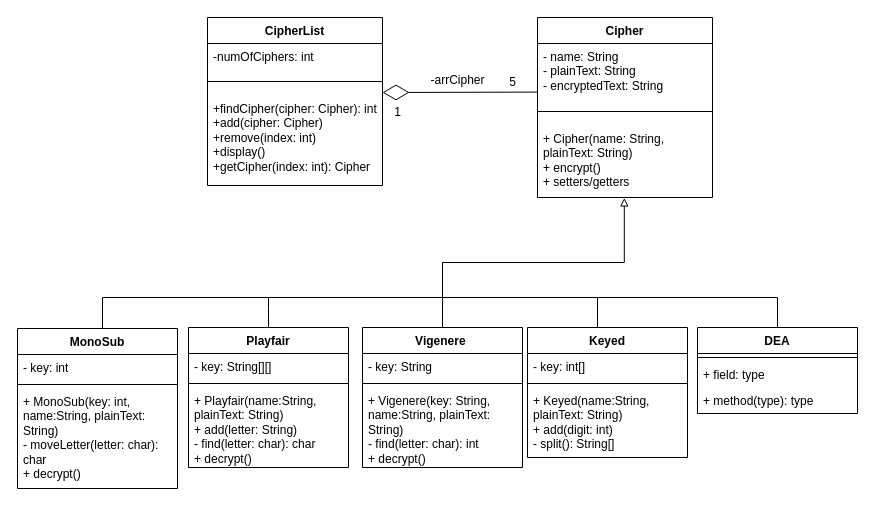
Earlier version of the draw.io diagram UML_CLASS_edu_cipher_program.drawio (HAQ7/educational-encryption-program). Source tidied: cells renumbered, new cells numbered last; positions are measured from the earlier drawing's top-left corner, leaving out a move shared by most shapes. Both pictures are drawn from the tidied source at 100%, with x=0, y=0 at pixel (17, 17).
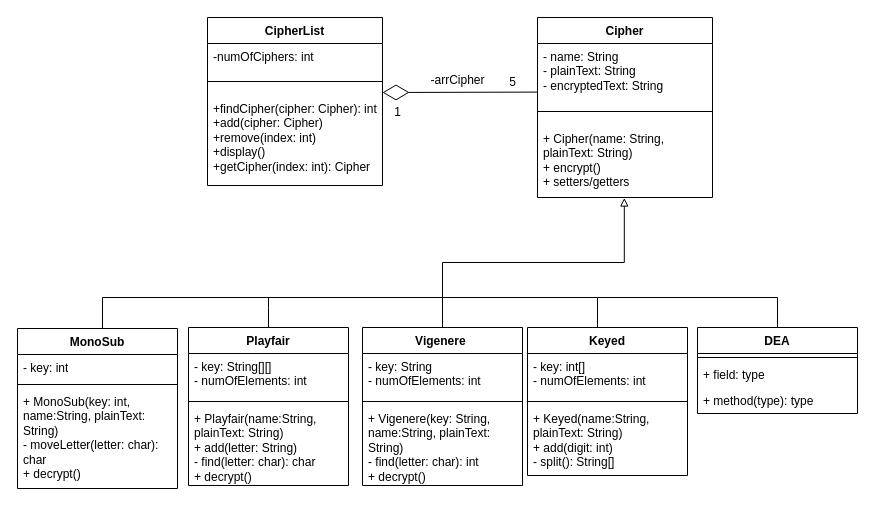
Above is the later version.

The edit, as a diff of the source:
```diff
@@
     <mxCell id="7" value="Vigenere&amp;nbsp;" style="swimlane;fontStyle=1;align=center;verticalAlign=top;horizontal=1;startSize=26;whiteSpace=wrap;html=1;" parent="1" vertex="1">
-      <mxGeometry x="345" y="310" width="160" height="140" as="geometry" />
+      <mxGeometry x="345" y="310" width="160" height="158" as="geometry" />
     </mxCell>
-    <mxCell id="8" value="- key: String" style="text;strokeColor=none;fillColor=none;align=left;verticalAlign=top;spacingLeft=4;spacingRight=4;overflow=hidden;whiteSpace=wrap;html=1;" parent="7" vertex="1">
-      <mxGeometry y="26" width="160" height="26" as="geometry" />
+    <mxCell id="8" value="- key: String&lt;br&gt;- numOfElements: int" style="text;strokeColor=none;fillColor=none;align=left;verticalAlign=top;spacingLeft=4;spacingRight=4;overflow=hidden;whiteSpace=wrap;html=1;" parent="7" vertex="1">
+      <mxGeometry y="26" width="160" height="44" as="geometry" />
     </mxCell>
     <mxCell id="9" style="line;strokeWidth=1;fillColor=none;align=left;verticalAlign=middle;spacingTop=-1;spacingLeft=3;spacingRight=3;labelPosition=right;strokeColor=inherit;" parent="7" vertex="1">
-      <mxGeometry y="52" width="160" height="8" as="geometry" />
+      <mxGeometry y="70" width="160" height="8" as="geometry" />
     </mxCell>
     <mxCell id="10" value="+ Vigenere(key: String, name:String, plainText: String)&lt;br&gt;- find(letter: char): int&lt;br&gt;+ decrypt()" style="text;strokeColor=none;fillColor=none;align=left;verticalAlign=top;spacingLeft=4;spacingRight=4;overflow=hidden;whiteSpace=wrap;html=1;" parent="7" vertex="1">
-      <mxGeometry y="60" width="160" height="80" as="geometry" />
+      <mxGeometry y="78" width="160" height="80" as="geometry" />
     </mxCell>
@@
     <mxCell id="12" value="Playfair" style="swimlane;fontStyle=1;align=center;verticalAlign=top;horizontal=1;startSize=26;whiteSpace=wrap;html=1;" parent="1" vertex="1">
-      <mxGeometry x="171" y="310" width="160" height="140" as="geometry" />
+      <mxGeometry x="171" y="310" width="160" height="158" as="geometry" />
     </mxCell>
-    <mxCell id="13" value="- key: String[][]" style="text;strokeColor=none;fillColor=none;align=left;verticalAlign=top;spacingLeft=4;spacingRight=4;overflow=hidden;whiteSpace=wrap;html=1;" parent="12" vertex="1">
-      <mxGeometry y="26" width="160" height="26" as="geometry" />
+    <mxCell id="13" value="- key: String[][]&lt;br&gt;- numOfElements: int" style="text;strokeColor=none;fillColor=none;align=left;verticalAlign=top;spacingLeft=4;spacingRight=4;overflow=hidden;whiteSpace=wrap;html=1;" parent="12" vertex="1">
+      <mxGeometry y="26" width="160" height="44" as="geometry" />
     </mxCell>
     <mxCell id="14" style="line;strokeWidth=1;fillColor=none;align=left;verticalAlign=middle;spacingTop=-1;spacingLeft=3;spacingRight=3;labelPosition=right;strokeColor=inherit;" parent="12" vertex="1">
-      <mxGeometry y="52" width="160" height="8" as="geometry" />
+      <mxGeometry y="70" width="160" height="8" as="geometry" />
     </mxCell>
     <mxCell id="15" value="+ Playfair(name:String, plainText: String)&lt;br&gt;+ add(letter: String)&lt;br&gt;- find(letter: char): char&lt;br&gt;+ decrypt()" style="text;strokeColor=none;fillColor=none;align=left;verticalAlign=top;spacingLeft=4;spacingRight=4;overflow=hidden;whiteSpace=wrap;html=1;" parent="12" vertex="1">
-      <mxGeometry y="60" width="160" height="80" as="geometry" />
+      <mxGeometry y="78" width="160" height="80" as="geometry" />
     </mxCell>
@@
     <mxCell id="22" value="Keyed" style="swimlane;fontStyle=1;align=center;verticalAlign=top;horizontal=1;startSize=26;whiteSpace=wrap;html=1;" parent="1" vertex="1">
-      <mxGeometry x="510" y="310" width="160" height="130" as="geometry" />
+      <mxGeometry x="510" y="310" width="160" height="148" as="geometry" />
     </mxCell>
-    <mxCell id="23" value="- key: int[]" style="text;strokeColor=none;fillColor=none;align=left;verticalAlign=top;spacingLeft=4;spacingRight=4;overflow=hidden;whiteSpace=wrap;html=1;" parent="22" vertex="1">
-      <mxGeometry y="26" width="160" height="26" as="geometry" />
+    <mxCell id="23" value="- key: int[]&lt;br&gt;- numOfElements: int" style="text;strokeColor=none;fillColor=none;align=left;verticalAlign=top;spacingLeft=4;spacingRight=4;overflow=hidden;whiteSpace=wrap;html=1;" parent="22" vertex="1">
+      <mxGeometry y="26" width="160" height="44" as="geometry" />
     </mxCell>
     <mxCell id="24" style="line;strokeWidth=1;fillColor=none;align=left;verticalAlign=middle;spacingTop=-1;spacingLeft=3;spacingRight=3;labelPosition=right;strokeColor=inherit;" parent="22" vertex="1">
-      <mxGeometry y="52" width="160" height="8" as="geometry" />
+      <mxGeometry y="70" width="160" height="8" as="geometry" />
     </mxCell>
     <mxCell id="25" value="+ Keyed(name:String, plainText: String)&lt;br&gt;+ add(digit: int)&lt;br&gt;- split(): String[]" style="text;strokeColor=none;fillColor=none;align=left;verticalAlign=top;spacingLeft=4;spacingRight=4;overflow=hidden;whiteSpace=wrap;html=1;" parent="22" vertex="1">
-      <mxGeometry y="60" width="160" height="70" as="geometry" />
+      <mxGeometry y="78" width="160" height="70" as="geometry" />
     </mxCell>
```
